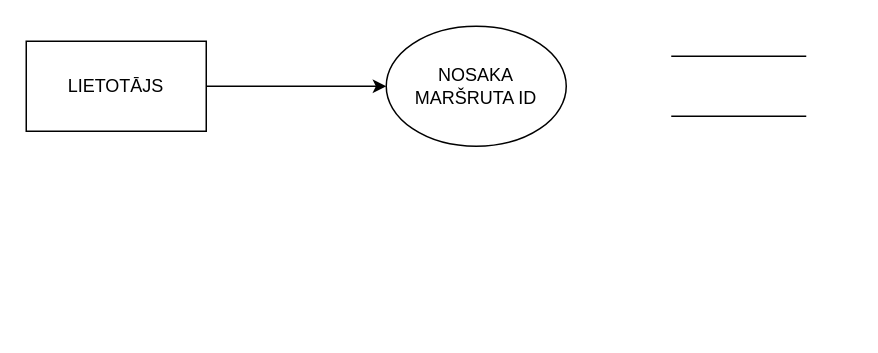
Earlier version of the draw.io diagram Untitled Diagram.drawio (RobzLegz/fun-diagrams). Source tidied: cells renumbered, new cells numbered last; positions are measured from the earlier drawing's top-left corner, leaving out a move shared by most shapes. Both pictures are drawn from the tidied source at 150%, with x=0, y=0 at pixel (26, 26).
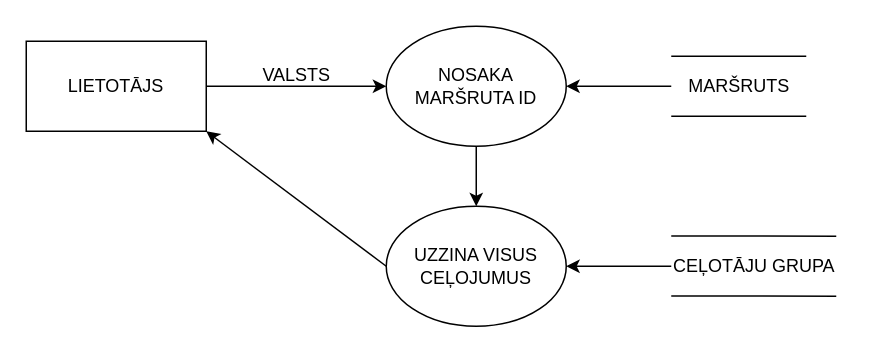
The same diagram, later.

The change refers to these unchanged cells:
```xml
<mxCell id="2" value="LIETOTĀJS" style="rounded=0;whiteSpace=wrap;html=1;" parent="1" vertex="1">
  <mxGeometry y="10" width="120" height="60" as="geometry" />
</mxCell>
<mxCell id="3" value="NOSAKA MARŠRUTA ID" style="ellipse;whiteSpace=wrap;html=1;" parent="1" vertex="1">
  <mxGeometry x="240" width="120" height="80" as="geometry" />
</mxCell>
```

What changed in the source:
```diff
@@
+    <mxCell id="7" style="edgeStyle=orthogonalEdgeStyle;rounded=0;jettySize=auto;html=1;exitX=0.5;exitY=1;exitDx=0;exitDy=0;entryX=0.5;entryY=0;entryDx=0;entryDy=0;" parent="1" edge="1" source="3" target="11">
+      <mxGeometry relative="1" as="geometry" />
+    </mxCell>
@@
+    <mxCell id="8" style="edgeStyle=orthogonalEdgeStyle;rounded=0;jettySize=auto;html=1;entryX=1;entryY=0.5;entryDx=0;entryDy=0;" parent="1" edge="1" source="9" target="3">
+      <mxGeometry relative="1" as="geometry" />
+    </mxCell>
+    <mxCell id="9" value="MARŠRUTS" style="text;html=1;align=center;verticalAlign=middle;points=[];strokeColor=none;fillColor=none;" parent="1" vertex="1">
+      <mxGeometry x="430" y="25" width="90" height="30" as="geometry" />
+    </mxCell>
+    <mxCell id="10" value="VALSTS" style="text;html=1;align=center;verticalAlign=middle;strokeColor=none;fillColor=none;" parent="1" vertex="1">
+      <mxGeometry x="145" y="18" width="70" height="30" as="geometry" />
+    </mxCell>
+    <mxCell id="11" value="UZZINA VISUS CEĻOJUMUS" style="ellipse;whiteSpace=wrap;html=1;" parent="1" vertex="1">
+      <mxGeometry x="240" y="120" width="120" height="80" as="geometry" />
+    </mxCell>
+    <mxCell id="12" style="endArrow=none;html=1;rounded=0;" parent="1" edge="1">
+      <mxGeometry relative="1" as="geometry">
+        <mxPoint x="430" y="139.8" as="sourcePoint" />
+        <mxPoint x="540" y="140" as="targetPoint" />
+      </mxGeometry>
+    </mxCell>
+    <mxCell id="13" style="endArrow=none;html=1;rounded=0;" parent="1" edge="1">
+      <mxGeometry relative="1" as="geometry">
+        <mxPoint x="430" y="179.8" as="sourcePoint" />
+        <mxPoint x="540" y="180" as="targetPoint" />
+      </mxGeometry>
+    </mxCell>
+    <mxCell id="14" style="edgeStyle=orthogonalEdgeStyle;rounded=0;jettySize=auto;html=1;entryX=1;entryY=0.5;entryDx=0;entryDy=0;exitX=0.077;exitY=0.5;exitDx=0;exitDy=0;exitPerimeter=0;" parent="1" edge="1" source="15" target="11">
+      <mxGeometry relative="1" as="geometry" />
+    </mxCell>
+    <mxCell id="15" value="CEĻOTĀJU GRUPA" style="text;html=1;align=center;verticalAlign=middle;points=[];strokeColor=none;fillColor=none;" parent="1" vertex="1">
+      <mxGeometry x="420" y="145" width="130" height="30" as="geometry" />
+    </mxCell>
+    <mxCell id="16" style="endArrow=classic;html=1;rounded=0;entryX=1;entryY=1;entryDx=0;entryDy=0;exitX=0;exitY=0.5;exitDx=0;exitDy=0;" parent="1" edge="1" source="11" target="2">
+      <mxGeometry relative="1" as="geometry" />
+    </mxCell>
```
